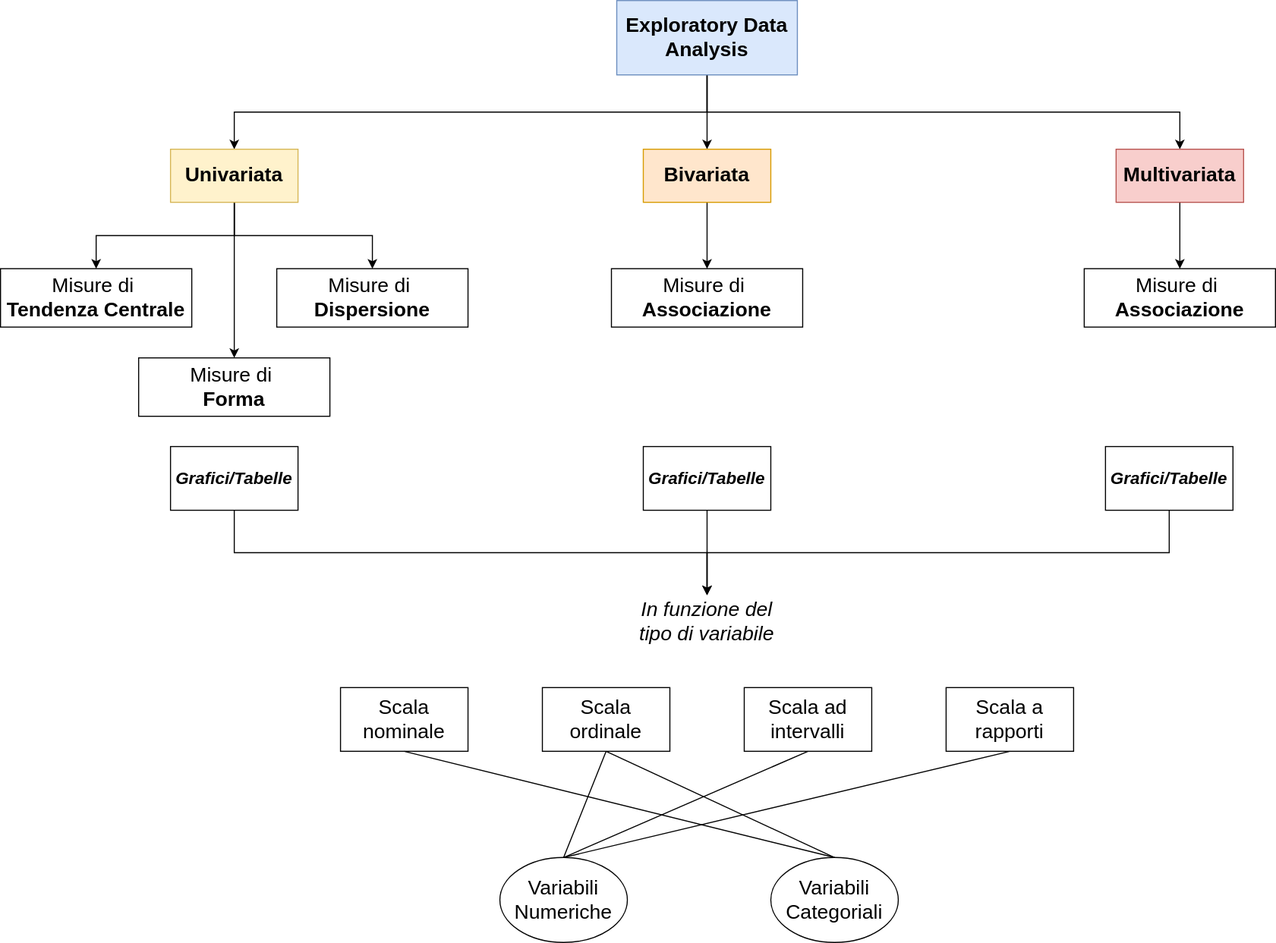
Earlier version of the draw.io export slides/img/eda.svg (stat-teaching/adcom). Source tidied: cells renumbered, new cells last; positions are measured from the earlier drawing's top-left corner, leaving out a move shared by most shapes.
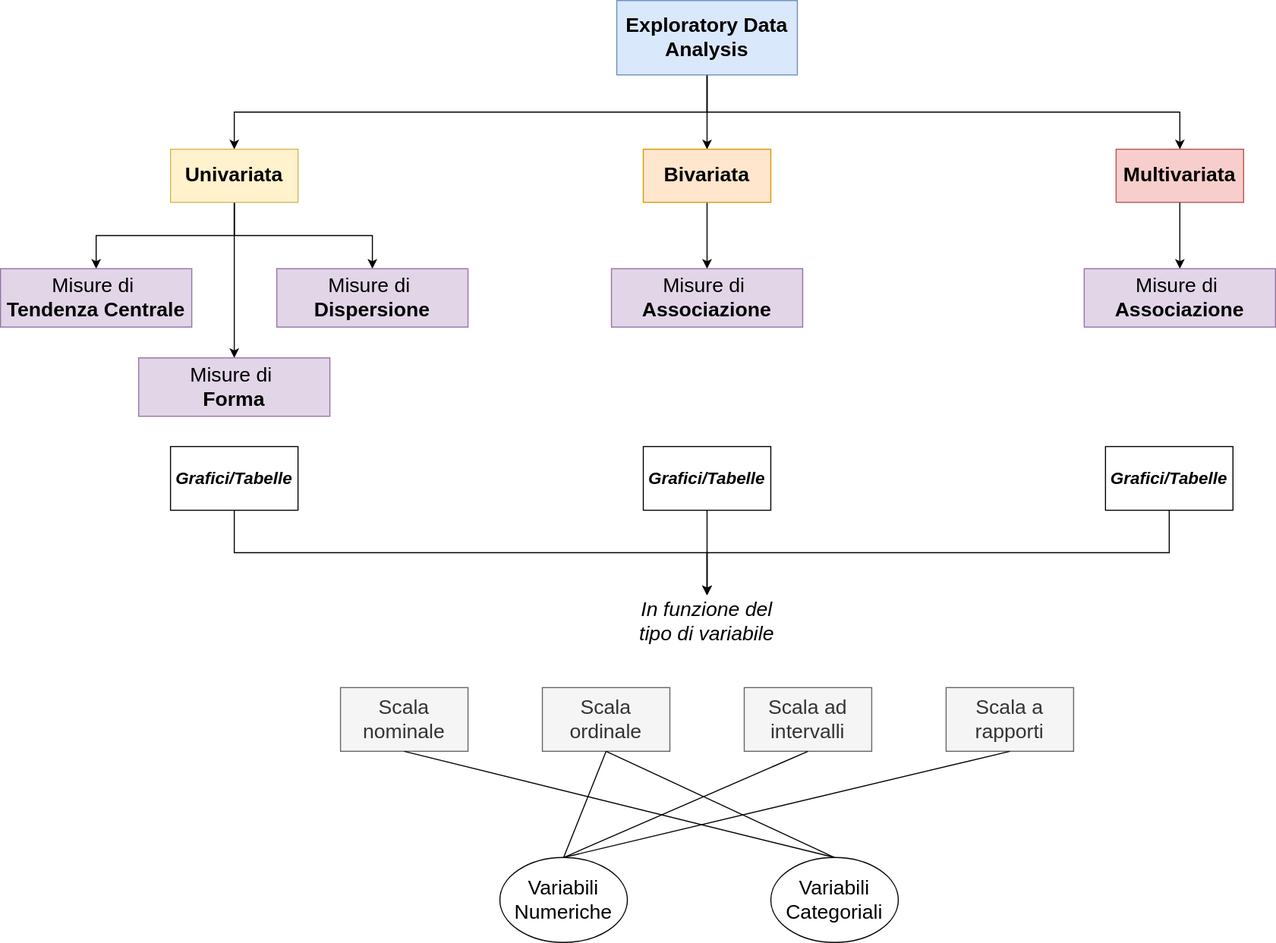
The same diagram one commit later.

The edit, as a diff of the source:
```diff
@@ -38,16 +38,16 @@
     <mxCell id="13" value="Multivariata" style="rounded=0;whiteSpace=wrap;html=1;fontStyle=1;fontSize=19;fillColor=#f8cecc;strokeColor=#b85450;" parent="1" vertex="1">
       <mxGeometry x="1050" y="140" width="120" height="50" as="geometry" />
     </mxCell>
-    <mxCell id="14" value="&lt;span style=&quot;font-weight: normal;&quot;&gt;Misure di&lt;/span&gt;&amp;nbsp;&lt;div&gt;Tendenza Centrale&lt;/div&gt;" style="rounded=0;whiteSpace=wrap;html=1;fontStyle=1;fontSize=19;" parent="1" vertex="1">
+    <mxCell id="14" value="&lt;span style=&quot;font-weight: normal;&quot;&gt;Misure di&lt;/span&gt;&amp;nbsp;&lt;div&gt;Tendenza Centrale&lt;/div&gt;" style="rounded=0;whiteSpace=wrap;html=1;fontStyle=1;fontSize=19;fillColor=#e1d5e7;strokeColor=#9673a6;" parent="1" vertex="1">
       <mxGeometry y="252.5" width="180" height="55" as="geometry" />
     </mxCell>
-    <mxCell id="15" value="&lt;span style=&quot;font-weight: normal;&quot;&gt;Misure di&lt;/span&gt;&amp;nbsp;&lt;div&gt;Dispersione&lt;/div&gt;" style="rounded=0;whiteSpace=wrap;html=1;fontStyle=1;fontSize=19;" parent="1" vertex="1">
+    <mxCell id="15" value="&lt;span style=&quot;font-weight: normal;&quot;&gt;Misure di&lt;/span&gt;&amp;nbsp;&lt;div&gt;Dispersione&lt;/div&gt;" style="rounded=0;whiteSpace=wrap;html=1;fontStyle=1;fontSize=19;fillColor=#e1d5e7;strokeColor=#9673a6;" parent="1" vertex="1">
       <mxGeometry x="260" y="252.5" width="180" height="55" as="geometry" />
     </mxCell>
-    <mxCell id="16" value="&lt;span style=&quot;font-weight: normal;&quot;&gt;Misure di&lt;/span&gt;&amp;nbsp;&lt;div&gt;Associazione&lt;/div&gt;" style="rounded=0;whiteSpace=wrap;html=1;fontStyle=1;fontSize=19;" parent="1" vertex="1">
+    <mxCell id="16" value="&lt;span style=&quot;font-weight: normal;&quot;&gt;Misure di&lt;/span&gt;&amp;nbsp;&lt;div&gt;Associazione&lt;/div&gt;" style="rounded=0;whiteSpace=wrap;html=1;fontStyle=1;fontSize=19;fillColor=#e1d5e7;strokeColor=#9673a6;" parent="1" vertex="1">
       <mxGeometry x="575" y="252.5" width="180" height="55" as="geometry" />
     </mxCell>
-    <mxCell id="17" value="&lt;span style=&quot;font-weight: normal;&quot;&gt;Misure di&lt;/span&gt;&amp;nbsp;&lt;div&gt;Associazione&lt;/div&gt;" style="rounded=0;whiteSpace=wrap;html=1;fontStyle=1;fontSize=19;" parent="1" vertex="1">
+    <mxCell id="17" value="&lt;span style=&quot;font-weight: normal;&quot;&gt;Misure di&lt;/span&gt;&amp;nbsp;&lt;div&gt;Associazione&lt;/div&gt;" style="rounded=0;whiteSpace=wrap;html=1;fontStyle=1;fontSize=19;fillColor=#e1d5e7;strokeColor=#9673a6;" parent="1" vertex="1">
       <mxGeometry x="1020" y="252.5" width="180" height="55" as="geometry" />
     </mxCell>
     <mxCell id="18" style="edgeStyle=orthogonalEdgeStyle;rounded=0;jettySize=auto;html=1;exitX=0.5;exitY=1;exitDx=0;exitDy=0;" parent="1" edge="1" source="19" target="35">
@@ -70,16 +70,16 @@
     <mxCell id="23" value="Grafici/Tabelle" style="rounded=0;whiteSpace=wrap;html=1;fontSize=16;fontStyle=3;" parent="1" vertex="1">
       <mxGeometry x="1040" y="420" width="120" height="60" as="geometry" />
     </mxCell>
-    <mxCell id="24" value="Scala nominale" style="rounded=0;whiteSpace=wrap;html=1;fontSize=19;" parent="1" vertex="1">
+    <mxCell id="24" value="Scala nominale" style="rounded=0;whiteSpace=wrap;html=1;fontSize=19;fillColor=#f5f5f5;fontColor=#333333;strokeColor=#666666;" parent="1" vertex="1">
       <mxGeometry x="320" y="647" width="120" height="60" as="geometry" />
     </mxCell>
-    <mxCell id="25" value="Scala ordinale" style="rounded=0;whiteSpace=wrap;html=1;fontSize=19;" parent="1" vertex="1">
+    <mxCell id="25" value="Scala ordinale" style="rounded=0;whiteSpace=wrap;html=1;fontSize=19;fillColor=#f5f5f5;fontColor=#333333;strokeColor=#666666;" parent="1" vertex="1">
       <mxGeometry x="510" y="647" width="120" height="60" as="geometry" />
     </mxCell>
-    <mxCell id="26" value="Scala ad intervalli" style="rounded=0;whiteSpace=wrap;html=1;fontSize=19;" parent="1" vertex="1">
+    <mxCell id="26" value="Scala ad intervalli" style="rounded=0;whiteSpace=wrap;html=1;fontSize=19;fillColor=#f5f5f5;fontColor=#333333;strokeColor=#666666;" parent="1" vertex="1">
       <mxGeometry x="700" y="647" width="120" height="60" as="geometry" />
     </mxCell>
-    <mxCell id="27" value="Scala a rapporti" style="rounded=0;whiteSpace=wrap;html=1;fontSize=19;" parent="1" vertex="1">
+    <mxCell id="27" value="Scala a rapporti" style="rounded=0;whiteSpace=wrap;html=1;fontSize=19;fillColor=#f5f5f5;fontColor=#333333;strokeColor=#666666;" parent="1" vertex="1">
       <mxGeometry x="890" y="647" width="120" height="60" as="geometry" />
     </mxCell>
     <mxCell id="28" value="Variabili Numeriche" style="ellipse;whiteSpace=wrap;html=1;fontSize=19;" parent="1" vertex="1">
@@ -109,7 +109,7 @@
     <mxCell id="36" style="edgeStyle=orthogonalEdgeStyle;rounded=0;orthogonalLoop=1;jettySize=auto;html=1;exitX=0.5;exitY=1;exitDx=0;exitDy=0;" parent="1" edge="1" source="9" target="9">
       <mxGeometry relative="1" as="geometry" />
     </mxCell>
-    <mxCell id="37" value="&lt;span style=&quot;font-weight: normal;&quot;&gt;Misure di&lt;/span&gt;&amp;nbsp;&lt;div&gt;Forma&lt;/div&gt;" style="rounded=0;whiteSpace=wrap;html=1;fontStyle=1;fontSize=19;" parent="1" vertex="1">
+    <mxCell id="37" value="&lt;span style=&quot;font-weight: normal;&quot;&gt;Misure di&lt;/span&gt;&amp;nbsp;&lt;div&gt;Forma&lt;/div&gt;" style="rounded=0;whiteSpace=wrap;html=1;fontStyle=1;fontSize=19;fillColor=#e1d5e7;strokeColor=#9673a6;" parent="1" vertex="1">
       <mxGeometry x="130" y="336.5" width="180" height="55" as="geometry" />
     </mxCell>
   </root>
```
